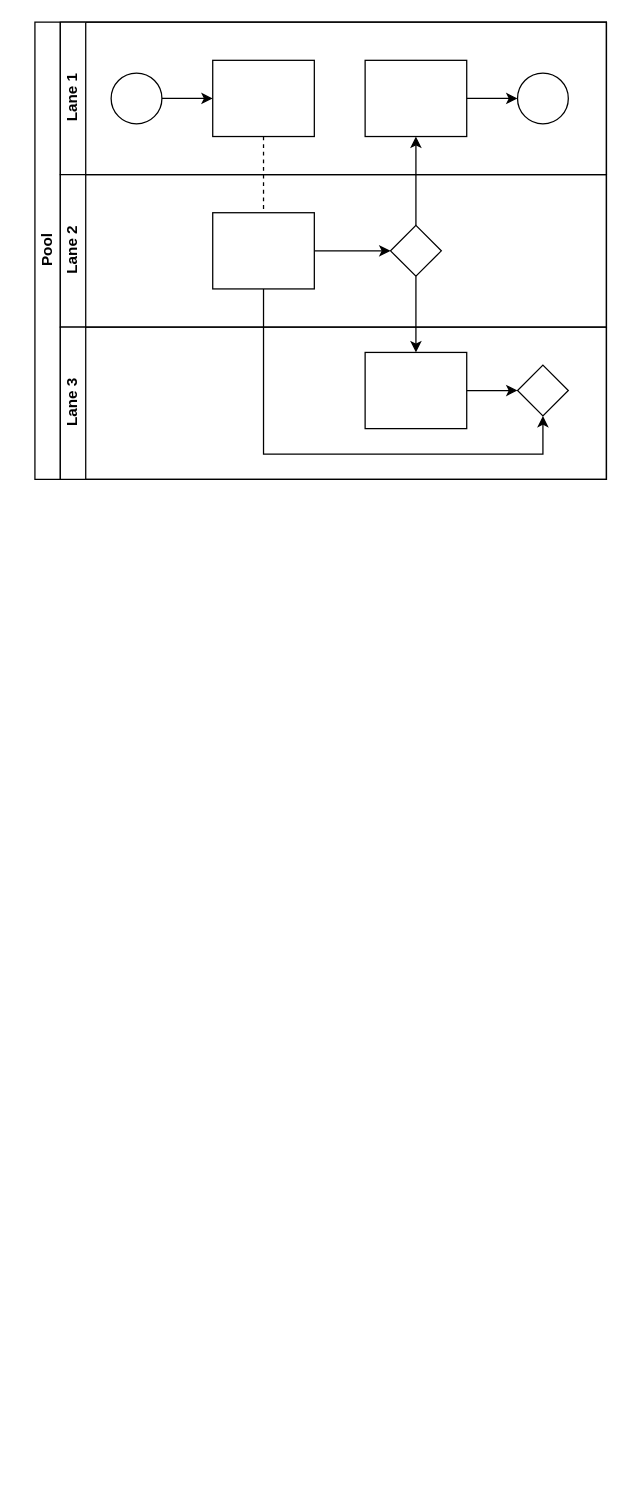
The draw.io diagram imgs/未命名绘图.drawio in hhxEmily521/pictures, before the edit. Source tidied: cells renumbered, new cells numbered last; positions are measured from the earlier drawing's top-left corner, leaving out a move shared by most shapes. Both pictures are drawn from the tidied source at 127%, with x=0, y=0 at pixel (34, 22).
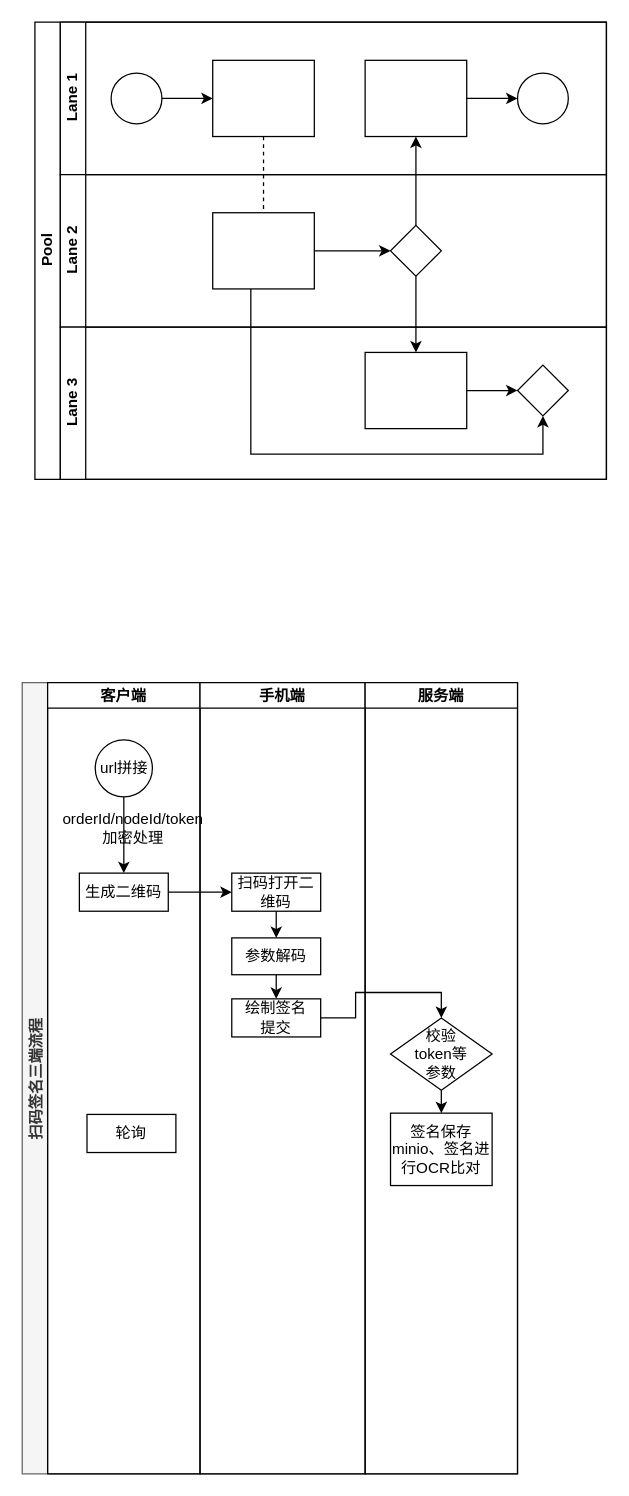
Above is the later version.

The change refers to these unchanged cells:
```xml
<mxCell id="2" value="Pool" style="swimlane;html=1;horizontal=0;startSize=20;" parent="1" vertex="1">
  <mxGeometry width="450" height="360" as="geometry" />
</mxCell>
<mxCell id="16" style="rounded=0;whiteSpace=wrap;html=1;fontFamily=Helvetica;fontSize=12;fontColor=#000000;align=center;" parent="14" vertex="1">
  <mxGeometry x="120" y="30" width="80" height="60" as="geometry" />
</mxCell>
<mxCell id="21" style="rhombus;whiteSpace=wrap;html=1;fontFamily=Helvetica;fontSize=12;fontColor=#000000;align=center;" parent="18" vertex="1">
  <mxGeometry x="360" y="30" width="40" height="40" as="geometry" />
</mxCell>
```

Change to the diagram source:
```diff
@@
     <mxCell id="6" style="edgeStyle=orthogonalEdgeStyle;rounded=0;jettySize=auto;html=1;endArrow=classic;endFill=1;" parent="2" edge="1" source="16" target="21">
       <mxGeometry relative="1" as="geometry">
         <Array as="points">
-          <mxPoint x="180" y="340" />
+          <mxPoint x="170" y="340" />
           <mxPoint x="400" y="340" />
         </Array>
       </mxGeometry>
     </mxCell>
@@
+    <mxCell id="22" value="扫码签名三端流程" style="swimlane;startSize=20;horizontal=0;fillColor=#f5f5f5;fontColor=#333333;strokeColor=#666666;" parent="1" vertex="1">
+      <mxGeometry x="-10" y="520" width="390" height="623" as="geometry" />
+    </mxCell>
+    <mxCell id="23" value="客户端" style="swimlane;startSize=20;" parent="22" vertex="1">
+      <mxGeometry x="20" width="120" height="623" as="geometry" />
+    </mxCell>
+    <mxCell id="24" style="edgeStyle=orthogonalEdgeStyle;rounded=0;jettySize=auto;html=1;exitX=0.5;exitY=1;exitDx=0;exitDy=0;entryX=0.5;entryY=0;entryDx=0;entryDy=0;" parent="23" edge="1" source="25" target="26">
+      <mxGeometry relative="1" as="geometry" />
+    </mxCell>
+    <mxCell id="25" value="url拼接" style="ellipse;whiteSpace=wrap;html=1;" parent="23" vertex="1">
+      <mxGeometry x="37.5" y="45" width="45" height="45" as="geometry" />
+    </mxCell>
+    <mxCell id="26" value="生成二维码" style="rounded=0;whiteSpace=wrap;html=1;fontFamily=Helvetica;fontSize=12;fontColor=#000000;align=center;" parent="23" vertex="1">
+      <mxGeometry x="25" y="150" width="70" height="30" as="geometry" />
+    </mxCell>
+    <mxCell id="27" value="orderId/nodeId/token&lt;br&gt;加密处理" style="text;html=1;align=center;verticalAlign=middle;whiteSpace=wrap;rounded=0;opacity=0;fillStyle=solid;" parent="23" vertex="1">
+      <mxGeometry x="40" y="100" width="55" height="30" as="geometry" />
+    </mxCell>
+    <mxCell id="28" value="轮询" style="rounded=0;whiteSpace=wrap;html=1;fontFamily=Helvetica;fontSize=12;fontColor=#000000;align=center;" parent="23" vertex="1">
+      <mxGeometry x="31" y="340" width="70" height="30" as="geometry" />
+    </mxCell>
+    <mxCell id="29" value="手机端" style="swimlane;startSize=20;" parent="22" vertex="1">
+      <mxGeometry x="140" width="130" height="623" as="geometry" />
+    </mxCell>
+    <mxCell id="30" style="rounded=0;whiteSpace=wrap;html=1;fillStyle=solid;fillColor=#FFFFFF;opacity=0;" parent="29" vertex="1">
+      <mxGeometry x="25" y="160" width="80" height="30" as="geometry" />
+    </mxCell>
+    <mxCell id="31" style="rounded=0;whiteSpace=wrap;html=1;fillStyle=solid;fillColor=#FFFFFF;opacity=0;" parent="29" vertex="1">
+      <mxGeometry x="10" y="160" width="120" height="60" as="geometry" />
+    </mxCell>
+    <mxCell id="32" style="edgeStyle=orthogonalEdgeStyle;rounded=0;jettySize=auto;html=1;exitX=0.5;exitY=1;exitDx=0;exitDy=0;entryX=0.5;entryY=0;entryDx=0;entryDy=0;" parent="29" edge="1" source="33" target="35">
+      <mxGeometry relative="1" as="geometry" />
+    </mxCell>
+    <mxCell id="33" value="扫码打开二维码" style="rounded=0;whiteSpace=wrap;html=1;fontFamily=Helvetica;fontSize=12;fontColor=#000000;align=center;" parent="29" vertex="1">
+      <mxGeometry x="25" y="150" width="70" height="30" as="geometry" />
+    </mxCell>
+    <mxCell id="34" style="edgeStyle=orthogonalEdgeStyle;rounded=0;jettySize=auto;html=1;exitX=0.5;exitY=1;exitDx=0;exitDy=0;entryX=0.5;entryY=0;entryDx=0;entryDy=0;" parent="29" edge="1" source="35" target="36">
+      <mxGeometry relative="1" as="geometry" />
+    </mxCell>
+    <mxCell id="35" value="参数解码" style="rounded=0;whiteSpace=wrap;html=1;fontFamily=Helvetica;fontSize=12;fontColor=#000000;align=center;" parent="29" vertex="1">
+      <mxGeometry x="25" y="201" width="70" height="29" as="geometry" />
+    </mxCell>
+    <mxCell id="36" value="绘制签名&lt;br&gt;提交" style="rounded=0;whiteSpace=wrap;html=1;fontFamily=Helvetica;fontSize=12;fontColor=#000000;align=center;" parent="29" vertex="1">
+      <mxGeometry x="25" y="249" width="70" height="30" as="geometry" />
+    </mxCell>
+    <mxCell id="37" value="服务端" style="swimlane;startSize=20;" parent="22" vertex="1">
+      <mxGeometry x="270" width="120" height="623" as="geometry" />
+    </mxCell>
+    <mxCell id="38" style="edgeStyle=orthogonalEdgeStyle;rounded=0;jettySize=auto;html=1;exitX=0.5;exitY=1;exitDx=0;exitDy=0;entryX=0.5;entryY=0;entryDx=0;entryDy=0;" parent="37" edge="1" source="39" target="40">
+      <mxGeometry relative="1" as="geometry" />
+    </mxCell>
+    <mxCell id="39" value="校验&lt;br&gt;token等&lt;br&gt;参数" style="rhombus;whiteSpace=wrap;html=1;fontFamily=Helvetica;fontSize=12;fontColor=#000000;align=center;" parent="37" vertex="1">
+      <mxGeometry x="20" y="264" width="80" height="57" as="geometry" />
+    </mxCell>
+    <mxCell id="40" value="签名保存minio、签名进行OCR比对" style="rounded=0;whiteSpace=wrap;html=1;fontFamily=Helvetica;fontSize=12;fontColor=#000000;align=center;" parent="37" vertex="1">
+      <mxGeometry x="20" y="339" width="80" height="57" as="geometry" />
+    </mxCell>
+    <mxCell id="41" style="edgeStyle=orthogonalEdgeStyle;rounded=0;jettySize=auto;html=1;exitX=1;exitY=0.5;exitDx=0;exitDy=0;entryX=0;entryY=0.5;entryDx=0;entryDy=0;" parent="22" edge="1" source="26" target="33">
+      <mxGeometry relative="1" as="geometry" />
+    </mxCell>
+    <mxCell id="42" style="edgeStyle=orthogonalEdgeStyle;rounded=0;jettySize=auto;html=1;exitX=1;exitY=0.5;exitDx=0;exitDy=0;entryX=0.5;entryY=0;entryDx=0;entryDy=0;" parent="22" edge="1" source="36" target="39">
+      <mxGeometry relative="1" as="geometry" />
+    </mxCell>
```
